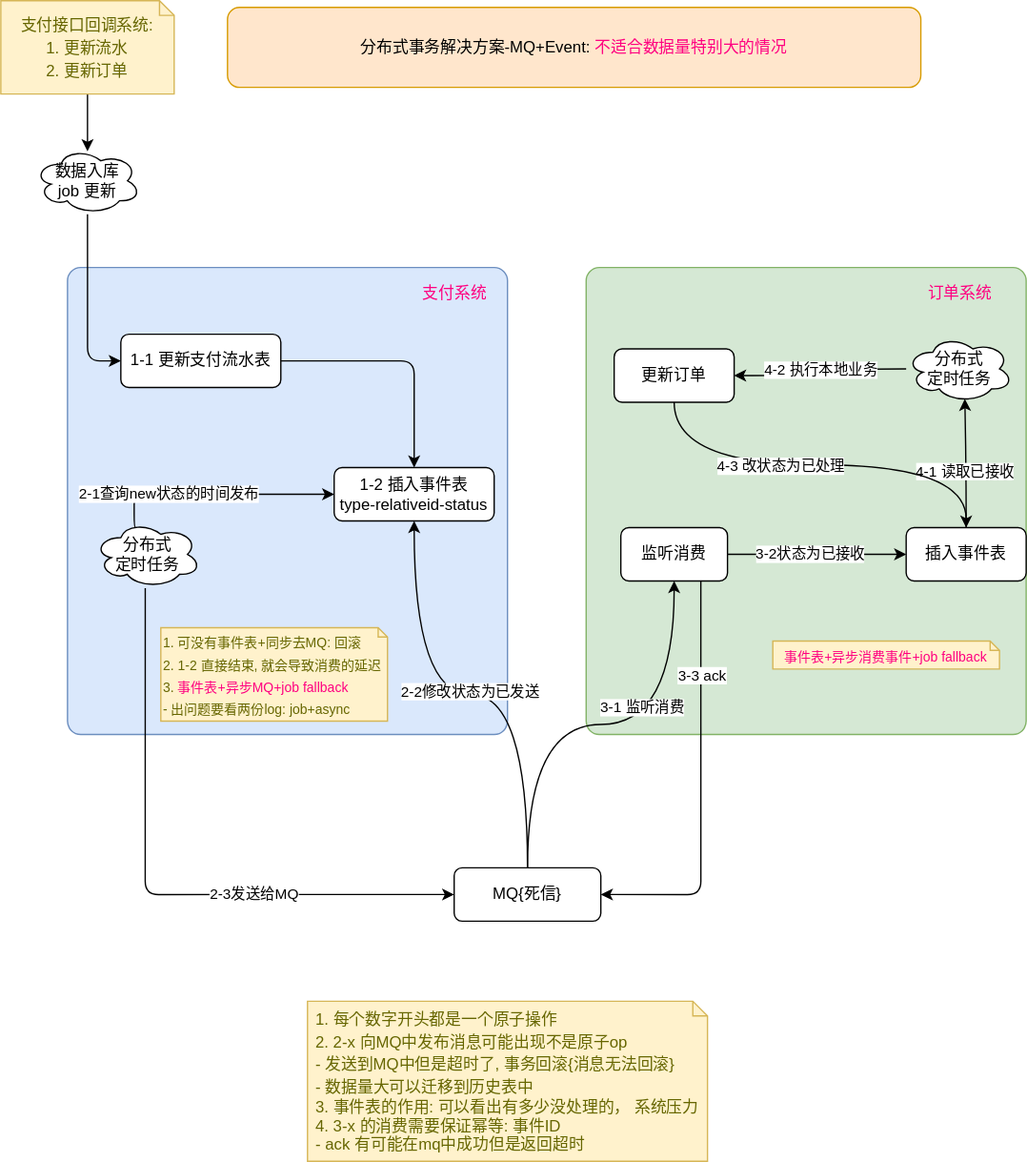
Earlier version of the draw.io export diagrams/dist/tx/02.tx-mq-event.svg (Alice52/diagrams). Source tidied: cells renumbered, new cells last; positions are measured from the earlier drawing's top-left corner, leaving out a move shared by most shapes. Source of this version:
```xml
<mxGraphModel>
  <root>
    <mxCell id="0" />
    <mxCell id="1" parent="0" />
    <mxCell id="2" style="group;" parent="1" vertex="1">
      <mxGeometry x="439" y="200" width="330" height="350" as="geometry" />
    </mxCell>
    <mxCell id="3" style="rounded=1;whiteSpace=wrap;html=1;strokeWidth=1;arcSize=3;fillColor=#d5e8d4;strokeColor=#82b366;" parent="2" vertex="1">
      <mxGeometry width="330" height="350" as="geometry" />
    </mxCell>
    <mxCell id="4" value="&lt;div&gt;&lt;span style=&quot;font-size: 10px ; color: rgb(255 , 0 , 128)&quot;&gt;事件表+异步消费事件+job fallback&lt;/span&gt;&lt;/div&gt;" style="shape=note;strokeWidth=1;fontSize=14;size=7;whiteSpace=wrap;html=1;fillColor=#fff2cc;strokeColor=#d6b656;fontColor=#666600;align=center;" parent="2" vertex="1">
      <mxGeometry x="140" y="280" width="170" height="21" as="geometry" />
    </mxCell>
    <mxCell id="5" value="插入事件表" style="rounded=1;whiteSpace=wrap;html=1;strokeWidth=1;" parent="2" vertex="1">
      <mxGeometry x="240" y="195" width="90" height="40" as="geometry" />
    </mxCell>
    <mxCell id="6" style="edgeStyle=orthogonalEdgeStyle;rounded=1;jettySize=auto;html=1;" parent="2" edge="1" source="8" target="5">
      <mxGeometry as="geometry" />
    </mxCell>
    <mxCell id="7" value="3-2状态为已接收" style="edgeLabel;html=1;align=center;verticalAlign=middle;" parent="6" vertex="1">
      <mxGeometry x="-0.39" relative="1" as="geometry">
        <mxPoint x="21" as="offset" />
      </mxGeometry>
    </mxCell>
    <mxCell id="8" value="监听消费" style="rounded=1;whiteSpace=wrap;html=1;strokeWidth=1;" parent="2" vertex="1">
      <mxGeometry x="26" y="195" width="80" height="40" as="geometry" />
    </mxCell>
    <mxCell id="9" value="分布式&lt;br&gt;&amp;nbsp;定时任务" style="ellipse;shape=cloud;whiteSpace=wrap;html=1;strokeWidth=1;" parent="2" vertex="1">
      <mxGeometry x="240" y="51" width="80" height="50" as="geometry" />
    </mxCell>
    <mxCell id="10" style="edgeStyle=orthogonalEdgeStyle;curved=1;jettySize=auto;html=1;entryX=0.55;entryY=0.95;entryDx=0;entryDy=0;entryPerimeter=0;" parent="2" edge="1" source="5" target="9">
      <mxGeometry as="geometry" />
    </mxCell>
    <mxCell id="11" value="4-1 读取已接收" style="edgeLabel;html=1;align=center;verticalAlign=middle;" parent="10" vertex="1">
      <mxGeometry x="-0.14" y="1" relative="1" as="geometry" />
    </mxCell>
    <mxCell id="12" style="edgeStyle=orthogonalEdgeStyle;curved=1;jettySize=auto;html=1;exitX=0.5;exitY=1;exitDx=0;exitDy=0;entryX=0.5;entryY=0;entryDx=0;entryDy=0;" parent="2" edge="1" source="14" target="5">
      <mxGeometry as="geometry" />
    </mxCell>
    <mxCell id="13" value="4-3 改状态为已处理" style="edgeLabel;html=1;align=center;verticalAlign=middle;" parent="12" vertex="1">
      <mxGeometry x="-0.19" y="-1" relative="1" as="geometry" />
    </mxCell>
    <mxCell id="14" value="更新订单" style="rounded=1;whiteSpace=wrap;html=1;strokeWidth=1;" parent="2" vertex="1">
      <mxGeometry x="21" y="61" width="90" height="40" as="geometry" />
    </mxCell>
    <mxCell id="15" style="edgeStyle=orthogonalEdgeStyle;curved=1;jettySize=auto;html=1;entryX=1;entryY=0.5;entryDx=0;entryDy=0;" parent="2" edge="1" source="9" target="14">
      <mxGeometry as="geometry" />
    </mxCell>
    <mxCell id="16" value="4-2 执行本地业务" style="edgeLabel;html=1;align=center;verticalAlign=middle;" parent="15" vertex="1">
      <mxGeometry x="-0.03" relative="1" as="geometry" />
    </mxCell>
    <mxCell id="17" value="&lt;font color=&quot;#ff0080&quot;&gt;订单系统&lt;/font&gt;" style="text;html=1;align=center;verticalAlign=middle;strokeColor=none;" parent="2" vertex="1">
      <mxGeometry x="250" y="10" width="60" height="20" as="geometry" />
    </mxCell>
    <mxCell id="18" style="group;" parent="1" vertex="1">
      <mxGeometry x="50" y="200" width="330" height="350" as="geometry" />
    </mxCell>
    <mxCell id="19" style="rounded=1;whiteSpace=wrap;html=1;strokeWidth=1;arcSize=3;fillColor=#dae8fc;strokeColor=#6c8ebf;" parent="18" vertex="1">
      <mxGeometry width="330" height="350" as="geometry" />
    </mxCell>
    <mxCell id="20" value="1-1 更新支付流水表" style="rounded=1;whiteSpace=wrap;html=1;strokeWidth=1;" parent="18" vertex="1">
      <mxGeometry x="40" y="50" width="120" height="40" as="geometry" />
    </mxCell>
    <mxCell id="21" value="1-2 插入事件表&lt;br&gt;type-relativeid-status" style="rounded=1;whiteSpace=wrap;html=1;strokeWidth=1;" parent="18" vertex="1">
      <mxGeometry x="200" y="150" width="120" height="40" as="geometry" />
    </mxCell>
    <mxCell id="22" style="edgeStyle=orthogonalEdgeStyle;rounded=1;jettySize=auto;html=1;exitX=1;exitY=0.5;exitDx=0;exitDy=0;entryX=0.5;entryY=0;entryDx=0;entryDy=0;" parent="18" edge="1" source="20" target="21">
      <mxGeometry relative="1" as="geometry" />
    </mxCell>
    <mxCell id="23" style="edgeStyle=orthogonalEdgeStyle;rounded=1;jettySize=auto;html=1;exitX=0.4;exitY=0.1;exitDx=0;exitDy=0;exitPerimeter=0;entryX=0;entryY=0.5;entryDx=0;entryDy=0;" parent="18" edge="1" source="25" target="21">
      <mxGeometry relative="1" as="geometry">
        <Array as="points">
          <mxPoint x="50" y="195" />
          <mxPoint x="50" y="170" />
        </Array>
      </mxGeometry>
    </mxCell>
    <mxCell id="24" value="2-1查询new状态的时间发布" style="edgeLabel;html=1;align=center;verticalAlign=middle;" parent="23" vertex="1">
      <mxGeometry x="-0.41" relative="1" as="geometry" />
    </mxCell>
    <mxCell id="25" value="分布式&lt;br&gt;&amp;nbsp;定时任务" style="ellipse;shape=cloud;whiteSpace=wrap;html=1;strokeWidth=1;" parent="18" vertex="1">
      <mxGeometry x="20" y="190" width="80" height="50" as="geometry" />
    </mxCell>
    <mxCell id="26" value="&lt;font style=&quot;font-size: 10px&quot;&gt;1. 可没有事件表+同步去MQ: 回滚&lt;br&gt;2. 1-2 直接结束, 就会导致消费的延迟&lt;br&gt;3. &lt;font color=&quot;#ff0080&quot; style=&quot;font-size: 10px&quot;&gt;事件表+异步MQ+job fallback&lt;br&gt;&lt;/font&gt;&amp;nbsp; &amp;nbsp; - 出问题要看两份log: job+async&lt;br&gt;&lt;/font&gt;" style="shape=note;strokeWidth=1;fontSize=14;size=7;whiteSpace=wrap;html=1;fillColor=#fff2cc;strokeColor=#d6b656;fontColor=#666600;align=left;" parent="18" vertex="1">
      <mxGeometry x="70" y="270" width="170" height="70" as="geometry" />
    </mxCell>
    <mxCell id="27" value="&lt;font color=&quot;#ff0080&quot;&gt;支付系统&lt;/font&gt;" style="text;html=1;align=center;verticalAlign=middle;strokeColor=none;" parent="18" vertex="1">
      <mxGeometry x="260" y="10" width="60" height="20" as="geometry" />
    </mxCell>
    <mxCell id="28" value="分布式事务解决方案-MQ+Event: &lt;font color=&quot;#ff0080&quot;&gt;不适合数据量特别大的情况&lt;/font&gt;" style="rounded=1;whiteSpace=wrap;html=1;fillColor=#ffe6cc;strokeColor=#d79b00;" parent="1" vertex="1">
      <mxGeometry x="170" y="5" width="520" height="60" as="geometry" />
    </mxCell>
    <mxCell id="29" style="edgeStyle=orthogonalEdgeStyle;rounded=1;jettySize=auto;html=1;exitX=0.5;exitY=1;exitDx=0;exitDy=0;exitPerimeter=0;entryX=0.5;entryY=0.057;entryDx=0;entryDy=0;entryPerimeter=0;" parent="1" edge="1" source="30" target="32">
      <mxGeometry relative="1" as="geometry" />
    </mxCell>
    <mxCell id="30" value="&lt;font style=&quot;font-size: 12px&quot;&gt;支付接口回调系统: &lt;br&gt;1. 更新流水&lt;br&gt;2. 更新订单&lt;/font&gt;" style="shape=note;strokeWidth=1;fontSize=14;size=11;whiteSpace=wrap;html=1;fillColor=#fff2cc;strokeColor=#d6b656;fontColor=#666600;" parent="1" vertex="1">
      <mxGeometry width="130" height="70" as="geometry" />
    </mxCell>
    <mxCell id="31" style="edgeStyle=orthogonalEdgeStyle;rounded=1;jettySize=auto;html=1;entryX=0;entryY=0.5;entryDx=0;entryDy=0;" parent="1" edge="1" source="32" target="20">
      <mxGeometry relative="1" as="geometry" />
    </mxCell>
    <mxCell id="32" value="数据入库&lt;br&gt;job 更新" style="ellipse;shape=cloud;whiteSpace=wrap;html=1;strokeWidth=1;" parent="1" vertex="1">
      <mxGeometry x="25" y="110" width="80" height="50" as="geometry" />
    </mxCell>
    <mxCell id="33" value="MQ{死信}" style="rounded=1;whiteSpace=wrap;html=1;strokeWidth=1;" parent="1" vertex="1">
      <mxGeometry x="340" y="650" width="110" height="40" as="geometry" />
    </mxCell>
    <mxCell id="34" value="&lt;div style=&quot;text-align: left&quot;&gt;&lt;span style=&quot;font-size: 12px&quot;&gt;1. 每个数字开头都是一个原子操作&lt;/span&gt;&lt;/div&gt;&lt;div style=&quot;text-align: left&quot;&gt;&lt;span style=&quot;font-size: 12px&quot;&gt;2. 2-x 向MQ中发布消息可能出现不是原子op&lt;/span&gt;&lt;/div&gt;&lt;div style=&quot;text-align: left&quot;&gt;&lt;span style=&quot;font-size: 12px&quot;&gt;&amp;nbsp; &amp;nbsp; - 发送到MQ中但是超时了, 事务回滚{消息无法回滚}&lt;/span&gt;&lt;/div&gt;&lt;div style=&quot;text-align: left&quot;&gt;&lt;span style=&quot;font-size: 12px&quot;&gt;&amp;nbsp; &amp;nbsp; - 数据量大可以迁移到历史表中&lt;/span&gt;&lt;/div&gt;&lt;span style=&quot;font-size: 12px&quot;&gt;&lt;div style=&quot;text-align: left&quot;&gt;&lt;span&gt;3. 事件表的作用: 可以看出有多少没处理的， 系统压力&lt;/span&gt;&lt;/div&gt;&lt;div style=&quot;text-align: left&quot;&gt;&lt;span&gt;4. 3-x 的消费需要保证幂等: 事件ID&lt;/span&gt;&lt;/div&gt;&lt;div style=&quot;text-align: left&quot;&gt;&lt;span&gt;&amp;nbsp; &amp;nbsp; - ack 有可能在mq中成功但是返回超时&lt;/span&gt;&lt;/div&gt;&lt;/span&gt;" style="shape=note;strokeWidth=0;fontSize=14;size=11;whiteSpace=wrap;html=1;fillColor=#fff2cc;strokeColor=#d6b656;fontColor=#666600;" parent="1" vertex="1">
      <mxGeometry x="230" y="750" width="300" height="120" as="geometry" />
    </mxCell>
    <mxCell id="35" style="edgeStyle=orthogonalEdgeStyle;rounded=1;jettySize=auto;html=1;entryX=1;entryY=0.5;entryDx=0;entryDy=0;exitX=0.75;exitY=1;exitDx=0;exitDy=0;" parent="1" edge="1" source="8" target="33">
      <mxGeometry relative="1" as="geometry" />
    </mxCell>
    <mxCell id="36" value="3-3 ack" style="edgeLabel;html=1;align=center;verticalAlign=middle;" parent="35" vertex="1">
      <mxGeometry x="0.15" y="1" relative="1" as="geometry">
        <mxPoint y="-107" as="offset" />
      </mxGeometry>
    </mxCell>
    <mxCell id="37" style="edgeStyle=orthogonalEdgeStyle;jettySize=auto;html=1;exitX=0.5;exitY=0;exitDx=0;exitDy=0;entryX=0.5;entryY=1;entryDx=0;entryDy=0;curved=1;" parent="1" edge="1" source="33" target="8">
      <mxGeometry relative="1" as="geometry" />
    </mxCell>
    <mxCell id="38" value="3-1 监听消费" style="edgeLabel;html=1;align=center;verticalAlign=middle;" parent="37" vertex="1">
      <mxGeometry x="0.06" y="-1" relative="1" as="geometry">
        <mxPoint x="21" y="-14" as="offset" />
      </mxGeometry>
    </mxCell>
    <mxCell id="39" style="edgeStyle=orthogonalEdgeStyle;jettySize=auto;html=1;exitX=0.5;exitY=0;exitDx=0;exitDy=0;curved=1;" parent="1" edge="1" source="33" target="21">
      <mxGeometry relative="1" as="geometry" />
    </mxCell>
    <mxCell id="40" value="2-2修改状态为已发送" style="edgeLabel;html=1;align=center;verticalAlign=middle;" parent="39" vertex="1">
      <mxGeometry x="0.1" y="-2" relative="1" as="geometry">
        <mxPoint x="16" as="offset" />
      </mxGeometry>
    </mxCell>
    <mxCell id="41" style="edgeStyle=orthogonalEdgeStyle;rounded=1;jettySize=auto;html=1;entryX=0;entryY=0.5;entryDx=0;entryDy=0;exitX=0.479;exitY=1.007;exitDx=0;exitDy=0;exitPerimeter=0;" parent="1" edge="1" source="25" target="33">
      <mxGeometry relative="1" as="geometry" />
    </mxCell>
    <mxCell id="42" value="2-3发送给MQ" style="edgeLabel;html=1;align=center;verticalAlign=middle;" parent="41" vertex="1">
      <mxGeometry x="0.23" relative="1" as="geometry">
        <mxPoint x="27" as="offset" />
      </mxGeometry>
    </mxCell>
  </root>
</mxGraphModel>
```
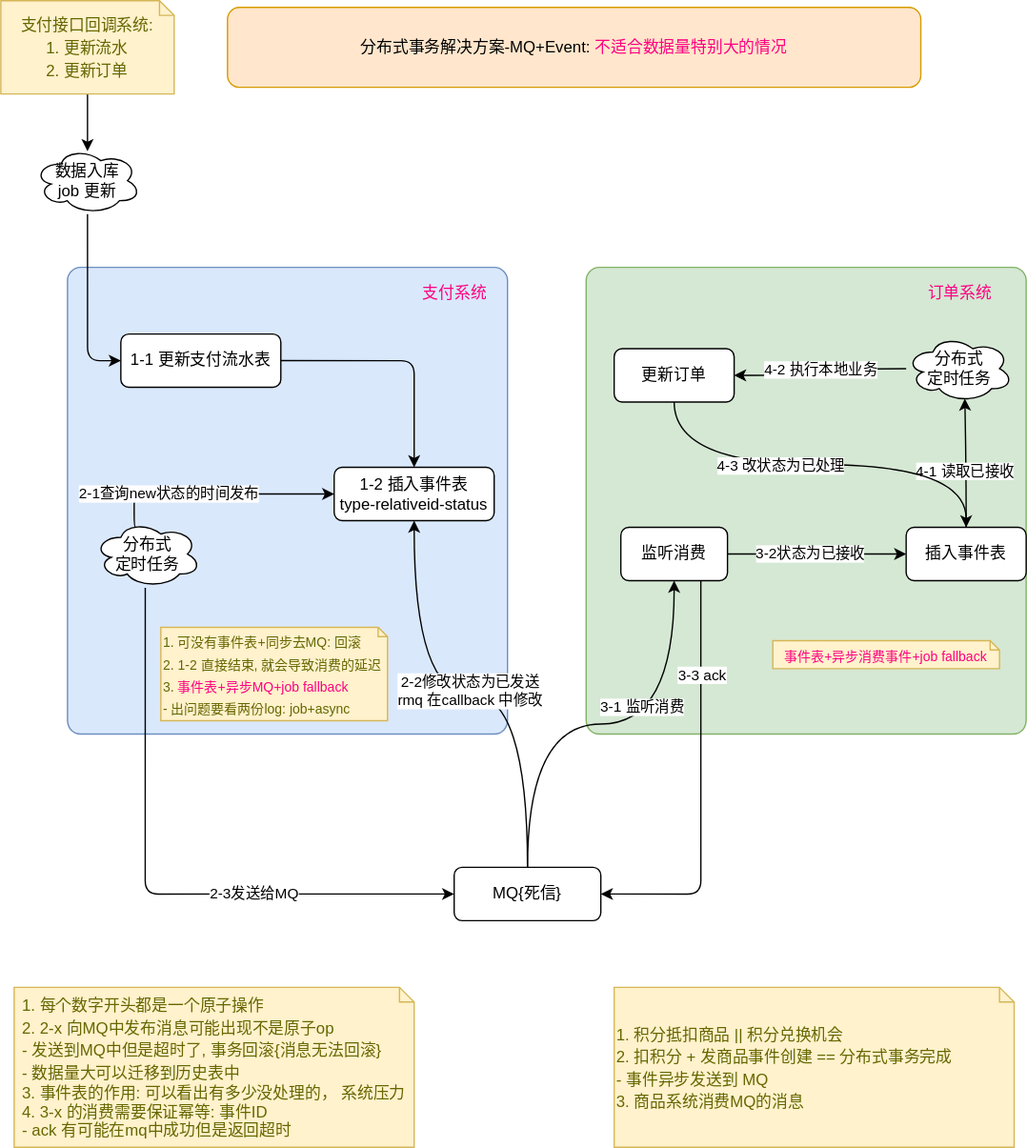
Later version of the same file.

Diff of the diagram source:
```diff
@@ -106,7 +106,7 @@
       <mxGeometry x="340" y="650" width="110" height="40" as="geometry" />
     </mxCell>
     <mxCell id="34" value="&lt;div style=&quot;text-align: left&quot;&gt;&lt;span style=&quot;font-size: 12px&quot;&gt;1. 每个数字开头都是一个原子操作&lt;/span&gt;&lt;/div&gt;&lt;div style=&quot;text-align: left&quot;&gt;&lt;span style=&quot;font-size: 12px&quot;&gt;2. 2-x 向MQ中发布消息可能出现不是原子op&lt;/span&gt;&lt;/div&gt;&lt;div style=&quot;text-align: left&quot;&gt;&lt;span style=&quot;font-size: 12px&quot;&gt;&amp;nbsp; &amp;nbsp; - 发送到MQ中但是超时了, 事务回滚{消息无法回滚}&lt;/span&gt;&lt;/div&gt;&lt;div style=&quot;text-align: left&quot;&gt;&lt;span style=&quot;font-size: 12px&quot;&gt;&amp;nbsp; &amp;nbsp; - 数据量大可以迁移到历史表中&lt;/span&gt;&lt;/div&gt;&lt;span style=&quot;font-size: 12px&quot;&gt;&lt;div style=&quot;text-align: left&quot;&gt;&lt;span&gt;3. 事件表的作用: 可以看出有多少没处理的， 系统压力&lt;/span&gt;&lt;/div&gt;&lt;div style=&quot;text-align: left&quot;&gt;&lt;span&gt;4. 3-x 的消费需要保证幂等: 事件ID&lt;/span&gt;&lt;/div&gt;&lt;div style=&quot;text-align: left&quot;&gt;&lt;span&gt;&amp;nbsp; &amp;nbsp; - ack 有可能在mq中成功但是返回超时&lt;/span&gt;&lt;/div&gt;&lt;/span&gt;" style="shape=note;strokeWidth=0;fontSize=14;size=11;whiteSpace=wrap;html=1;fillColor=#fff2cc;strokeColor=#d6b656;fontColor=#666600;" parent="1" vertex="1">
-      <mxGeometry x="230" y="750" width="300" height="120" as="geometry" />
+      <mxGeometry x="10" y="740" width="300" height="120" as="geometry" />
     </mxCell>
     <mxCell id="35" style="edgeStyle=orthogonalEdgeStyle;rounded=1;jettySize=auto;html=1;entryX=1;entryY=0.5;entryDx=0;entryDy=0;exitX=0.75;exitY=1;exitDx=0;exitDy=0;" parent="1" edge="1" source="8" target="33">
       <mxGeometry relative="1" as="geometry" />
@@ -127,7 +127,7 @@
     <mxCell id="39" style="edgeStyle=orthogonalEdgeStyle;jettySize=auto;html=1;exitX=0.5;exitY=0;exitDx=0;exitDy=0;curved=1;" parent="1" edge="1" source="33" target="21">
       <mxGeometry relative="1" as="geometry" />
     </mxCell>
-    <mxCell id="40" value="2-2修改状态为已发送" style="edgeLabel;html=1;align=center;verticalAlign=middle;" parent="39" vertex="1">
+    <mxCell id="40" value="2-2修改状态为已发送&lt;br&gt;rmq 在callback 中修改" style="edgeLabel;html=1;align=center;verticalAlign=middle;" parent="39" vertex="1">
       <mxGeometry x="0.1" y="-2" relative="1" as="geometry">
         <mxPoint x="16" as="offset" />
       </mxGeometry>
@@ -140,5 +140,8 @@
         <mxPoint x="27" as="offset" />
       </mxGeometry>
     </mxCell>
+    <mxCell id="43" value="&lt;div&gt;&lt;span style=&quot;font-size: 12px&quot;&gt;1. 积分抵扣商品 || 积分兑换机会&lt;/span&gt;&lt;/div&gt;&lt;div&gt;&lt;span style=&quot;font-size: 12px&quot;&gt;2. 扣积分 + 发商品事件创建 == 分布式事务完成&lt;/span&gt;&lt;/div&gt;&lt;div&gt;&lt;span style=&quot;font-size: 12px&quot;&gt;&amp;nbsp; &amp;nbsp; - 事件异步发送到 MQ&lt;/span&gt;&lt;/div&gt;&lt;div&gt;&lt;span style=&quot;font-size: 12px&quot;&gt;3. 商品系统消费MQ的消息&lt;/span&gt;&lt;/div&gt;" style="shape=note;strokeWidth=0;fontSize=14;size=11;whiteSpace=wrap;html=1;fillColor=#fff2cc;strokeColor=#d6b656;fontColor=#666600;align=left;" parent="1" vertex="1">
+      <mxGeometry x="460" y="740" width="300" height="120" as="geometry" />
+    </mxCell>
   </root>
 </mxGraphModel>
```
